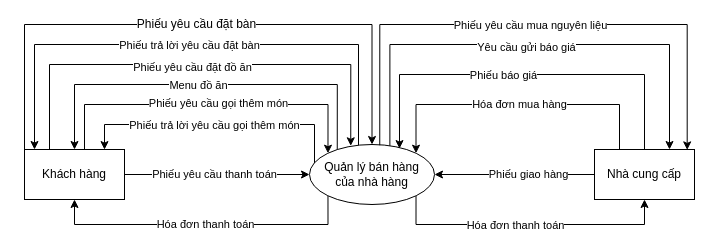
Earlier version of the draw.io diagram Untitled Diagram.drawio (Strikerzzzz/Strikerzzzz). Source tidied: cells renumbered, new cells numbered last; positions are measured from the earlier drawing's top-left corner, leaving out a move shared by most shapes. Both pictures are drawn from the tidied source at 100%, with x=0, y=0 at pixel (24, 24).
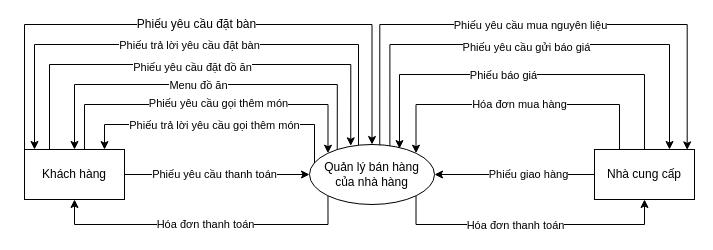
The same page after the edit.

The change refers to these unchanged cells:
```xml
<mxCell id="6" style="edgeStyle=orthogonalEdgeStyle;rounded=0;jettySize=auto;html=1;exitX=0.643;exitY=0.028;exitDx=0;exitDy=0;entryX=0.75;entryY=0;entryDx=0;entryDy=0;exitPerimeter=0;" parent="1" edge="1" source="10" target="22">
  <mxGeometry relative="1" as="geometry">
    <Array as="points">
      <mxPoint x="365" y="20" />
      <mxPoint x="645" y="20" />
    </Array>
  </mxGeometry>
</mxCell>
```

Change to the diagram source:
```diff
@@
-    <mxCell id="7" value="Yêu cầu gửi báo giá" style="edgeLabel;html=1;align=center;verticalAlign=middle;" parent="6" vertex="1">
+    <mxCell id="7" value="Phiếu yêu cầu gửi báo giá" style="edgeLabel;html=1;align=center;verticalAlign=middle;" parent="6" vertex="1">
       <mxGeometry x="-0.02" y="-2" relative="1" as="geometry" />
     </mxCell>
```
